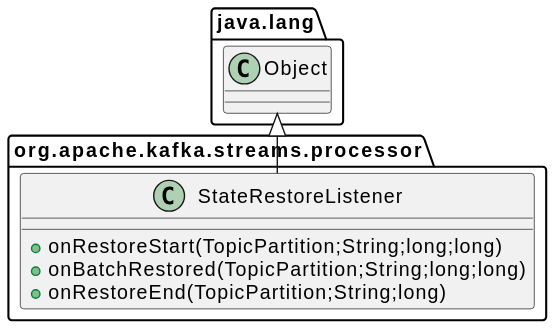
Above: docs/qc/streams/src/main/java/org/apache/kafka/streams/processor/StateRestoreListener.java.svg in qualitesys/kafka (PlantUML), before the change. Its diagram source:
```plantuml
@startuml
!pragma layout smetana
java.lang.Object <|-- org.apache.kafka.streams.processor.StateRestoreListener
class org.apache.kafka.streams.processor.StateRestoreListener {
+  onRestoreStart(TopicPartition;String;long;long)
+  onBatchRestored(TopicPartition;String;long;long)
+  onRestoreEnd(TopicPartition;String;long)
}
@enduml
```
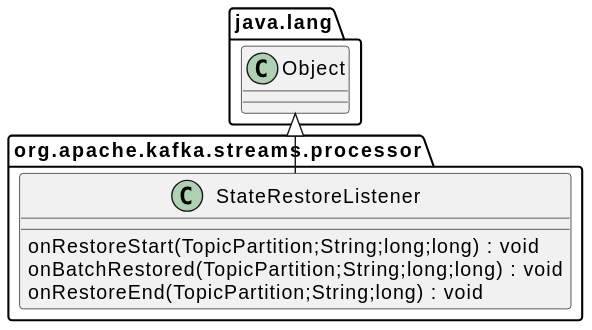
The same diagram one commit later.

What changed in the source:
```diff
@@ -2,8 +2,8 @@
 !pragma layout smetana
 java.lang.Object <|-- org.apache.kafka.streams.processor.StateRestoreListener
 class org.apache.kafka.streams.processor.StateRestoreListener {
-+  onRestoreStart(TopicPartition;String;long;long)
-+  onBatchRestored(TopicPartition;String;long;long)
-+  onRestoreEnd(TopicPartition;String;long)
+onRestoreStart(TopicPartition;String;long;long) : void [[[././qc/streams/src/main/java/org/apache/kafka/streams/processor/StateRestoreListener.java.html#11]]]
+onBatchRestored(TopicPartition;String;long;long) : void [[[././qc/streams/src/main/java/org/apache/kafka/streams/processor/StateRestoreListener.java.html#17]]]
+onRestoreEnd(TopicPartition;String;long) : void [[[././qc/streams/src/main/java/org/apache/kafka/streams/processor/StateRestoreListener.java.html#23]]]
 }
 @enduml
```
